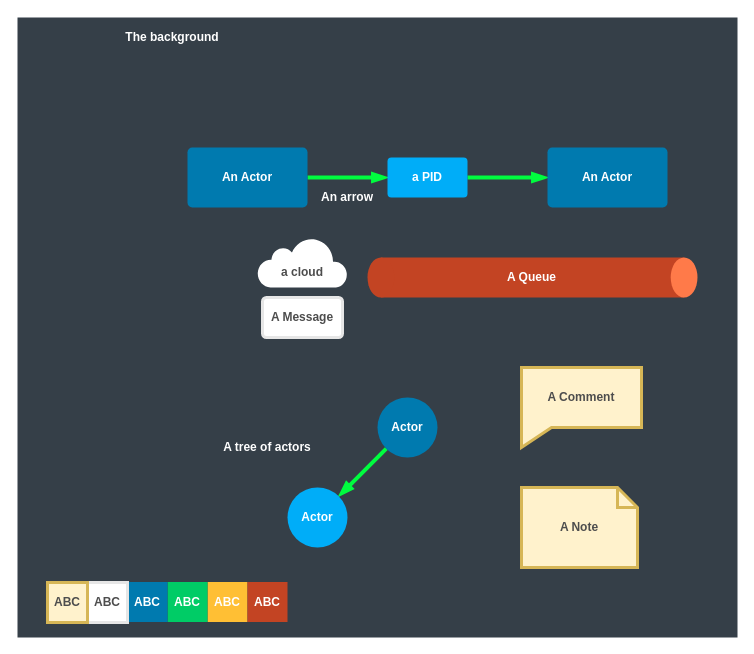
Earlier version of the draw.io diagram page "Templates" (1 of 24) of hugo/content/docs/images/diagrams.drawio (asynkron/protoactor-website). Source tidied: cells renumbered, new cells numbered last; positions are measured from the earlier drawing's top-left corner, leaving out a move shared by most shapes. Both pictures are drawn from the tidied source at 100%, with x=0, y=0 at pixel (17, 17).
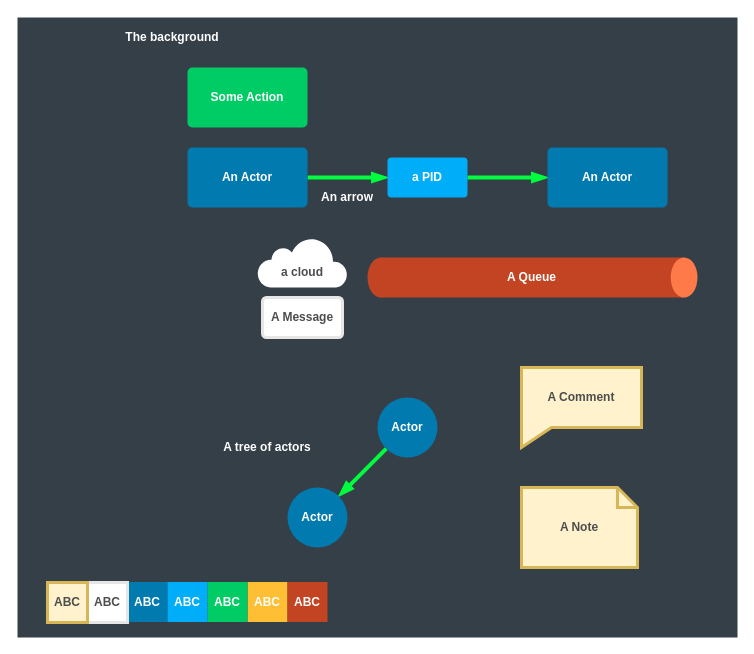
The same diagram, later.

Change to the diagram source:
```diff
@@
-    <mxCell id="19" value="Actor" style="ellipse;whiteSpace=wrap;html=1;strokeWidth=3;fontColor=#FFFFFF;fontStyle=1;fillColor=#007AAF;strokeColor=none;" parent="1" vertex="1">
+    <mxCell id="19" value="Actor" style="ellipse;whiteSpace=wrap;html=1;strokeWidth=3;fontColor=#FFFFFF;fontStyle=1;strokeColor=none;fillColor=#007AAF;" parent="1" vertex="1">
       <mxGeometry x="360" y="380" width="60" height="60" as="geometry" />
     </mxCell>
-    <mxCell id="20" value="Actor" style="ellipse;whiteSpace=wrap;html=1;strokeWidth=3;fontColor=#FFFFFF;fontStyle=1;strokeColor=none;fillColor=#00ADF8;" parent="1" vertex="1">
+    <mxCell id="20" value="Actor" style="ellipse;whiteSpace=wrap;html=1;strokeWidth=3;fontColor=#FFFFFF;fontStyle=1;strokeColor=none;fillColor=#007AAF;" parent="1" vertex="1">
       <mxGeometry x="270" y="470" width="60" height="60" as="geometry" />
     </mxCell>
@@
     <mxCell id="24" value="ABC" style="rounded=1;whiteSpace=wrap;html=1;fontStyle=1;strokeColor=none;fontColor=#FFFFFF;arcSize=0;fillColor=#FFBF34;" parent="1" vertex="1">
-      <mxGeometry x="190" y="564.5" width="40" height="40" as="geometry" />
+      <mxGeometry x="230" y="564.5" width="40" height="40" as="geometry" />
     </mxCell>
     <mxCell id="25" value="ABC" style="rounded=1;whiteSpace=wrap;html=1;fontStyle=1;strokeColor=none;fontColor=#FFFFFF;arcSize=0;fillColor=#00CC66;" parent="1" vertex="1">
-      <mxGeometry x="150" y="564.5" width="40" height="40" as="geometry" />
+      <mxGeometry x="190" y="564.5" width="40" height="40" as="geometry" />
     </mxCell>
     <mxCell id="26" value="ABC" style="rounded=1;whiteSpace=wrap;html=1;fontStyle=1;strokeColor=none;fontColor=#FFFFFF;arcSize=0;fillColor=#C34423;" parent="1" vertex="1">
-      <mxGeometry x="230" y="564.5" width="40" height="40" as="geometry" />
+      <mxGeometry x="270" y="564.5" width="40" height="40" as="geometry" />
     </mxCell>
@@
+    <mxCell id="30" value="Some Action" style="rounded=1;whiteSpace=wrap;html=1;fontStyle=1;strokeColor=none;fontColor=#FFFFFF;arcSize=8;fillColor=#00CC66;" parent="1" vertex="1">
+      <mxGeometry x="170" y="50" width="120" height="60" as="geometry" />
+    </mxCell>
+    <mxCell id="31" value="ABC" style="rounded=1;whiteSpace=wrap;html=1;strokeColor=none;fontStyle=1;fontColor=#FFFFFF;fillColor=#00ADF8;arcSize=0;" parent="1" vertex="1">
+      <mxGeometry x="150" y="564.5" width="40" height="40" as="geometry" />
+    </mxCell>
```
